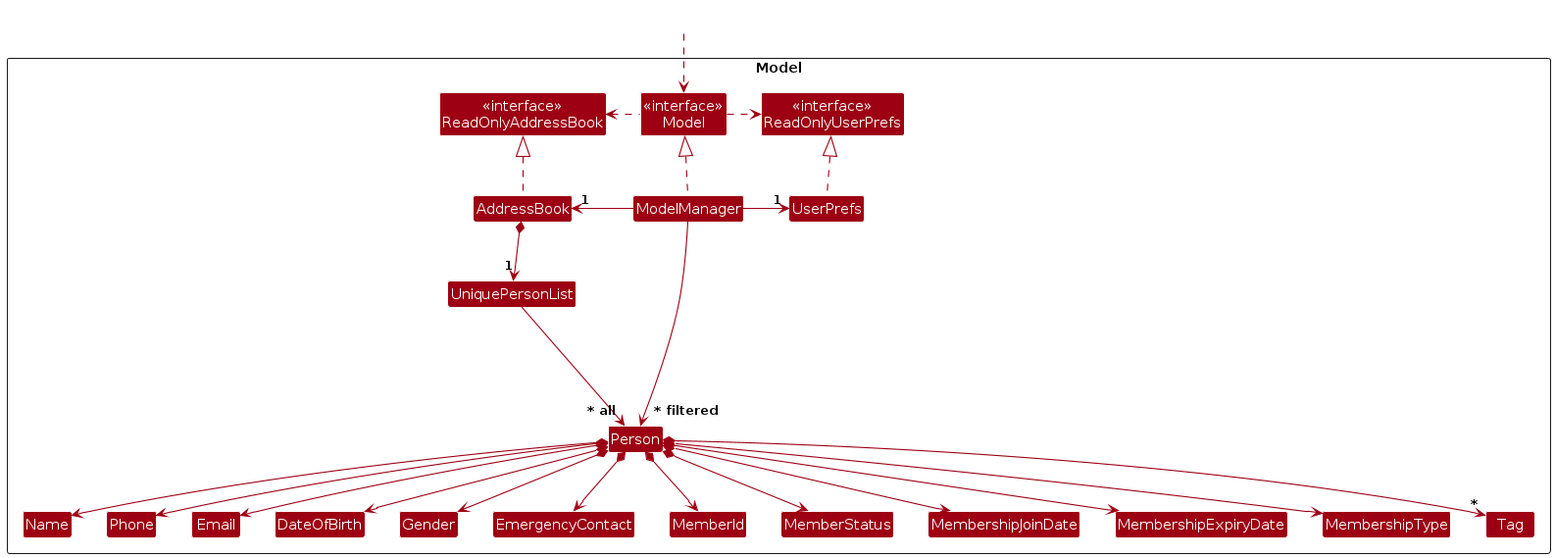
Earlier version of the PlantUML export diagrams/ModelClassDiagram.png (AY2526S2-CS2103T-W08-3/tp). Its source is kept beside it as diagrams/ModelClassDiagram.puml.
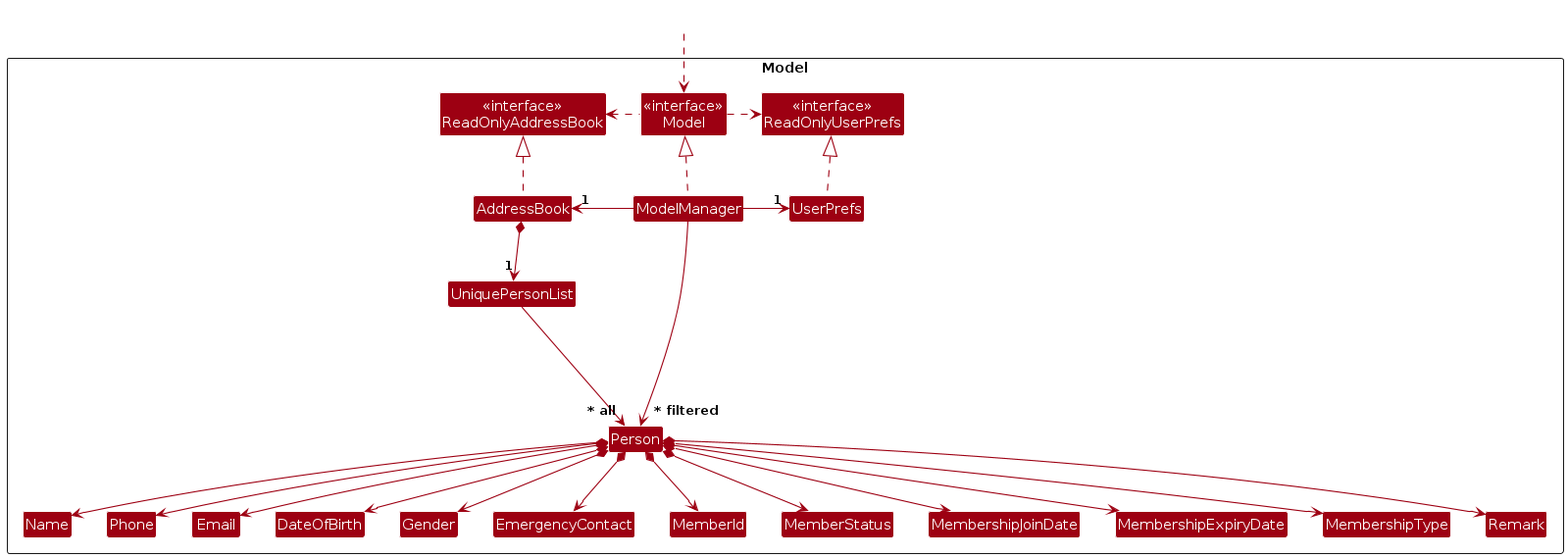
Later version of the same file.

Diff of the diagram source:
```diff
@@ -25,7 +25,7 @@
 Class MembershipExpiryDate
 Class MembershipType
 Class MemberStatus
-Class Tag
+Class Remark
 
 Class I #FFFFFF
 }
@@ -55,7 +55,7 @@
 Person *--> MembershipExpiryDate
 Person *--> MembershipType
 Person *--> MemberStatus
-Person *--> "*" Tag
+Person *--> Remark
 
 Person -[hidden]up--> I
 UniquePersonList -[hidden]right-> I
```
